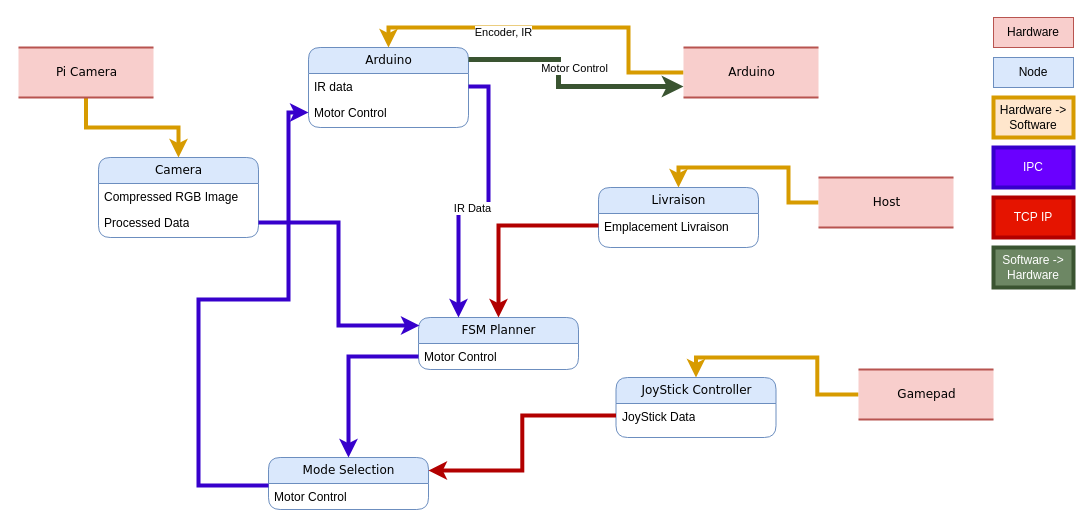
Before: src/happywheels.drawio in Hennzau/st5-robot, a draw.io diagram. Source tidied: cells renumbered, new cells numbered last; positions are measured from the earlier drawing's top-left corner, leaving out a move shared by most shapes. Both pictures are drawn from the tidied source at 100%, with x=0, y=0 at pixel (18, 17).
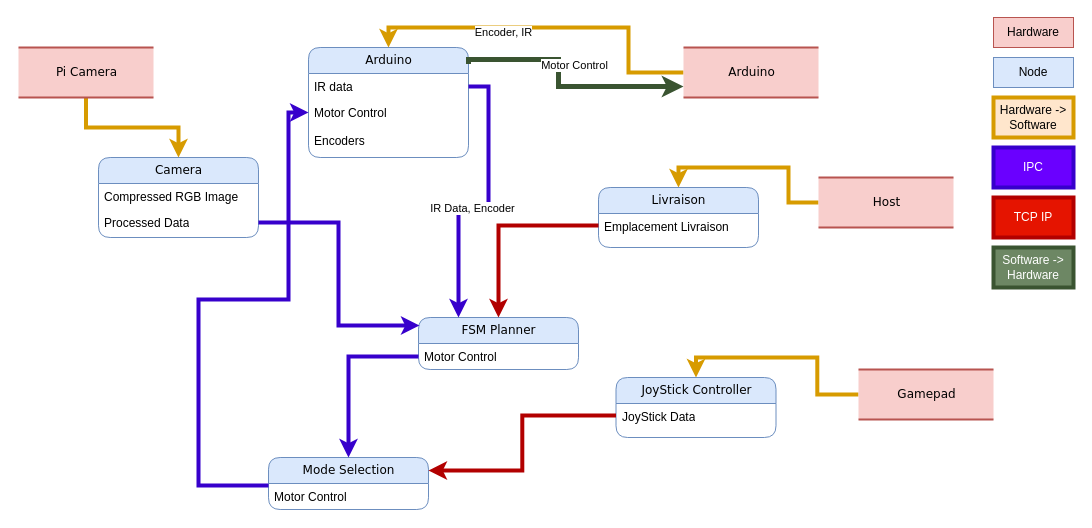
The same page after the edit.

The change refers to these unchanged cells:
```xml
<mxCell id="27" style="edgeStyle=orthogonalEdgeStyle;rounded=0;jettySize=auto;html=1;entryX=0.25;entryY=0;entryDx=0;entryDy=0;fillColor=#6a00ff;strokeColor=#3700CC;strokeWidth=4;" parent="1" edge="1" source="6" target="17">
  <mxGeometry relative="1" as="geometry" />
</mxCell>
```

What changed in the source:
```diff
@@
     <mxCell id="5" value="Arduino" style="swimlane;html=1;fontStyle=0;horizontal=1;startSize=26;fillColor=#dae8fc;swimlaneFillColor=#ffffff;align=center;rounded=1;shadow=0;comic=0;labelBackgroundColor=none;strokeWidth=1;fontFamily=Verdana;fontSize=12;strokeColor=#6c8ebf;" parent="1" vertex="1">
-      <mxGeometry x="290" y="30" width="160" height="80" as="geometry" />
+      <mxGeometry x="290" y="30" width="160" height="110" as="geometry" />
     </mxCell>
@@
     <mxCell id="7" value="Motor Control" style="text;html=1;strokeColor=none;fillColor=none;spacingLeft=4;spacingRight=4;whiteSpace=wrap;overflow=hidden;points=[[0,0.5],[1,0.5]];portConstraint=eastwest;" parent="5" vertex="1">
-      <mxGeometry y="52" width="160" height="26" as="geometry" />
+      <mxGeometry y="52" width="160" height="28" as="geometry" />
     </mxCell>
+    <mxCell id="40" value="Encoders" style="text;html=1;strokeColor=none;fillColor=none;spacingLeft=4;spacingRight=4;whiteSpace=wrap;overflow=hidden;" parent="5" vertex="1">
+      <mxGeometry y="80" width="160" height="30" as="geometry" />
+    </mxCell>
@@
-    <mxCell id="28" value="IR Data" style="edgeLabel;html=1;align=center;verticalAlign=middle;" parent="27" vertex="1">
+    <mxCell id="28" value="IR Data, Encoder" style="edgeLabel;html=1;align=center;verticalAlign=middle;" parent="27" vertex="1">
       <mxGeometry x="0.13" y="-1" relative="1" as="geometry" />
     </mxCell>
```
